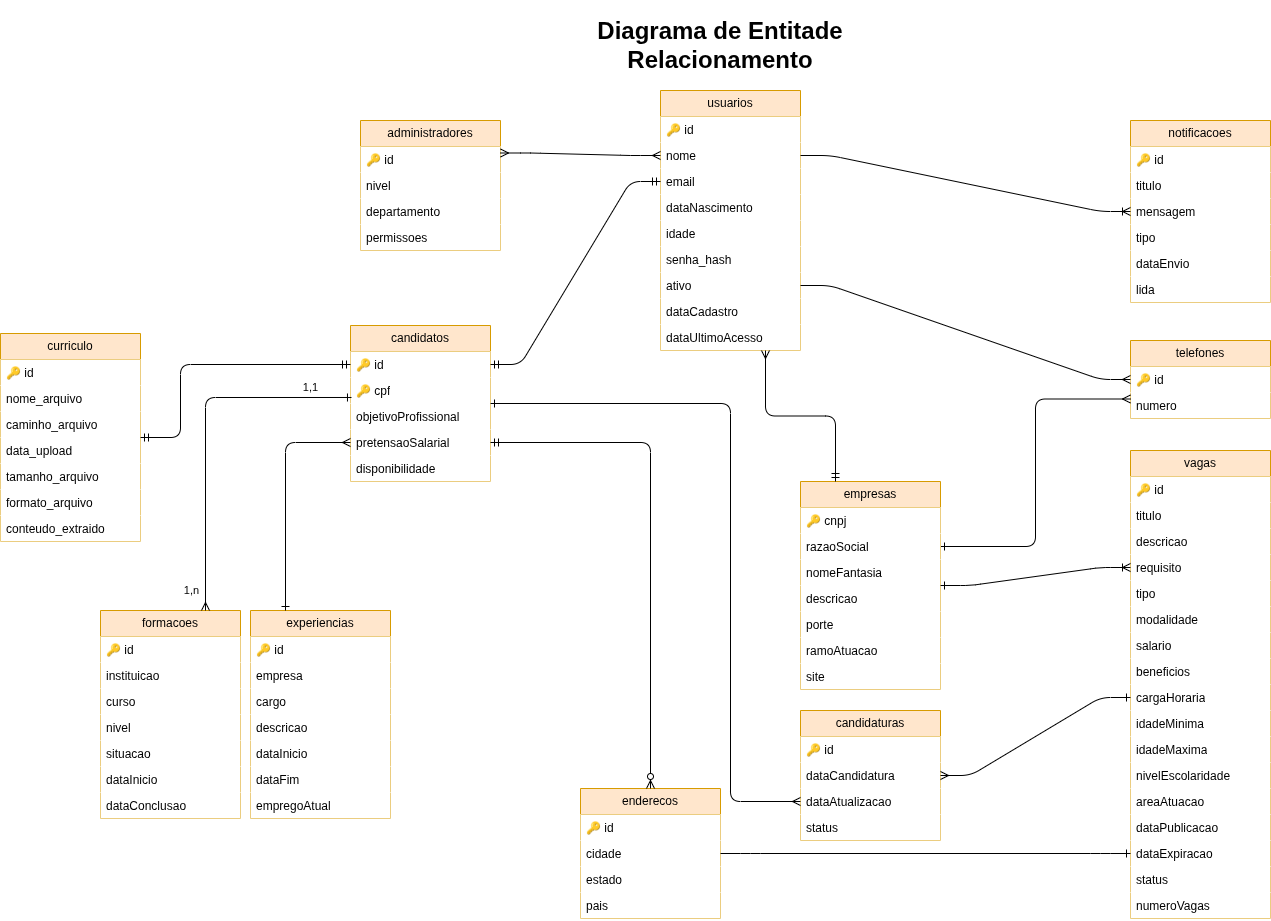
MatchVagas/Documentation keeps this draw.io diagram as Diagramas/Diagrama Entidade Relacionamento/Diagrama Entidade Relacionamento.png. Above is the earlier version. Source tidied: cells renumbered, new cells last; positions are measured from the earlier drawing's top-left corner, leaving out a move shared by most shapes.
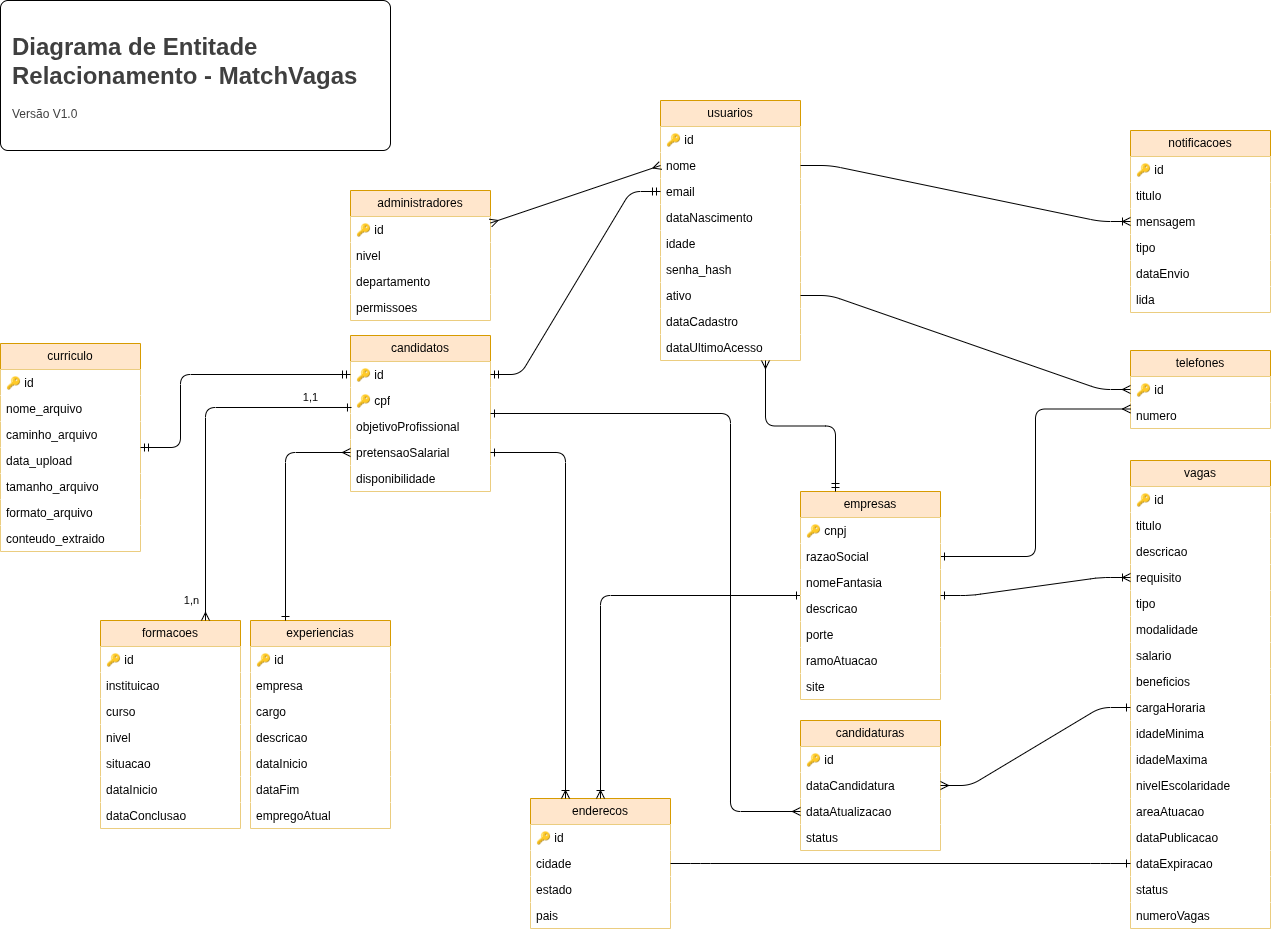
The same file after the commit.

Commit message:
Atualização do diagrama de classes

Change to the diagram source:
```diff
@@ -60,7 +60,7 @@
       <mxGeometry y="130" width="140" height="26" as="geometry" />
     </mxCell>
     <mxCell id="21" value="enderecos" style="swimlane;fontStyle=0;horizontal=1;startSize=26;fillColor=#ffe6cc;whiteSpace=wrap;html=1;rounded=0;strokeColor=#d79b00;" parent="1" vertex="1">
-      <mxGeometry x="580" y="778" width="140" height="130" as="geometry" />
+      <mxGeometry x="530" y="778" width="140" height="130" as="geometry" />
     </mxCell>
     <mxCell id="22" value="🔑 id" style="text;align=left;verticalAlign=top;spacingLeft=4;spacingRight=4;overflow=hidden;whiteSpace=wrap;html=1;fillColor=default;" parent="21" vertex="1">
       <mxGeometry y="26" width="140" height="26" as="geometry" />
@@ -77,6 +77,9 @@
     <mxCell id="26" style="edgeStyle=orthogonalEdgeStyle;html=1;entryX=0;entryY=0.75;entryDx=0;entryDy=0;endArrow=ERmany;endFill=0;startArrow=ERone;startFill=0;exitX=1;exitY=0.5;exitDx=0;exitDy=0;" parent="1" edge="1" source="29" target="12">
       <mxGeometry relative="1" as="geometry" />
     </mxCell>
+    <mxCell id="110" style="edgeStyle=orthogonalEdgeStyle;html=1;startArrow=ERone;startFill=0;endArrow=ERoneToMany;endFill=0;" parent="1" edge="1" source="27" target="21">
+      <mxGeometry relative="1" as="geometry" />
+    </mxCell>
     <mxCell id="27" value="empresas" style="swimlane;fontStyle=0;horizontal=1;startSize=26;fillColor=#ffe6cc;whiteSpace=wrap;html=1;rounded=0;strokeColor=#d79b00;" parent="1" vertex="1">
       <mxGeometry x="800" y="471" width="140" height="208" as="geometry" />
     </mxCell>
@@ -156,7 +159,7 @@
       <mxGeometry y="442" width="140" height="26" as="geometry" />
     </mxCell>
     <mxCell id="53" value="administradores" style="swimlane;fontStyle=0;horizontal=1;startSize=26;fillColor=#ffe6cc;whiteSpace=wrap;html=1;rounded=0;strokeColor=#d79b00;" parent="1" vertex="1">
-      <mxGeometry x="360" y="110" width="140" height="130" as="geometry" />
+      <mxGeometry x="350" y="170" width="140" height="130" as="geometry" />
     </mxCell>
     <mxCell id="54" value="🔑 id" style="text;align=left;verticalAlign=top;spacingLeft=4;spacingRight=4;overflow=hidden;whiteSpace=wrap;html=1;fillColor=default;labelBorderColor=none;strokeColor=none;" parent="53" vertex="1">
       <mxGeometry y="26" width="140" height="26" as="geometry" />
@@ -260,14 +263,14 @@
     <mxCell id="87" style="edgeStyle=entityRelationEdgeStyle;fontSize=12;html=1;endArrow=ERmany;exitX=1;exitY=0.75;exitDx=0;exitDy=0;" parent="1" edge="1" source="2" target="12">
       <mxGeometry relative="1" as="geometry" />
     </mxCell>
-    <mxCell id="88" style="edgeStyle=orthogonalEdgeStyle;fontSize=12;html=1;endArrow=ERzeroToMany;startArrow=ERmandOne;exitX=1;exitY=0.75;exitDx=0;exitDy=0;" parent="1" edge="1" source="15" target="21">
+    <mxCell id="88" style="edgeStyle=orthogonalEdgeStyle;fontSize=12;html=1;endArrow=ERoneToMany;startArrow=ERone;exitX=1;exitY=0.75;exitDx=0;exitDy=0;startFill=0;endFill=0;entryX=0.25;entryY=0;entryDx=0;entryDy=0;" parent="1" edge="1" source="15" target="21">
       <mxGeometry relative="1" as="geometry">
         <Array as="points">
-          <mxPoint x="650" y="432" />
+          <mxPoint x="565" y="432" />
         </Array>
       </mxGeometry>
     </mxCell>
-    <mxCell id="89" style="edgeStyle=entityRelationEdgeStyle;fontSize=12;html=1;endArrow=ERmany;startArrow=ERmany;entryX=0;entryY=0.5;entryDx=0;entryDy=0;exitX=1;exitY=0.25;exitDx=0;exitDy=0;startFill=0;endFill=0;" parent="1" edge="1" source="53" target="4">
+    <mxCell id="89" style="fontSize=12;html=1;endArrow=ERmany;startArrow=ERmany;entryX=0;entryY=0.5;entryDx=0;entryDy=0;exitX=1;exitY=0.25;exitDx=0;exitDy=0;startFill=0;endFill=0;" parent="1" edge="1" source="53" target="4">
       <mxGeometry relative="1" as="geometry" />
     </mxCell>
     <mxCell id="90" style="edgeStyle=entityRelationEdgeStyle;fontSize=12;html=1;endArrow=ERmandOne;startArrow=ERmandOne;entryX=0;entryY=0.5;entryDx=0;entryDy=0;exitX=1;exitY=0.25;exitDx=0;exitDy=0;" parent="1" edge="1" source="15" target="5">
@@ -316,9 +319,6 @@
     <mxCell id="99" style="edgeStyle=entityRelationEdgeStyle;fontSize=12;html=1;endArrow=ERone;exitX=1;exitY=0.5;exitDx=0;exitDy=0;entryX=0;entryY=0.5;entryDx=0;entryDy=0;startArrow=ERmany;startFill=0;endFill=0;" parent="1" edge="1" source="74" target="44">
       <mxGeometry relative="1" as="geometry" />
     </mxCell>
-    <mxCell id="100" value="&lt;h1&gt;Diagrama de Entitade Relacionamento&lt;/h1&gt;" style="text;html=1;align=center;verticalAlign=middle;whiteSpace=wrap;rounded=0;" parent="1" vertex="1">
-      <mxGeometry x="520" width="400" height="70" as="geometry" />
-    </mxCell>
     <mxCell id="101" value="curriculo" style="swimlane;fontStyle=0;horizontal=1;startSize=26;fillColor=#ffe6cc;whiteSpace=wrap;html=1;rounded=0;strokeColor=#d79b00;" parent="1" vertex="1">
       <mxGeometry y="323" width="140" height="208" as="geometry" />
     </mxCell>
@@ -351,5 +351,14 @@
         </Array>
       </mxGeometry>
     </mxCell>
+    <mxCell id="111" style="group;" parent="1" vertex="1">
+      <mxGeometry y="-20" width="390" height="150" as="geometry" />
+    </mxCell>
+    <mxCell id="112" value="&lt;h1 style=&quot;scrollbar-color: rgb(226, 226, 226) rgb(251, 251, 251); line-height: 180%; color: rgb(63, 63, 63);&quot;&gt;&lt;br&gt;&lt;/h1&gt;" style="rounded=1;whiteSpace=wrap;html=1;align=left;arcSize=5;" parent="111" vertex="1">
+      <mxGeometry width="390" height="150" as="geometry" />
+    </mxCell>
+    <mxCell id="113" value="&lt;h1 style=&quot;scrollbar-color: rgb(226, 226, 226) rgb(251, 251, 251); color: rgb(63, 63, 63);&quot;&gt;Diagrama de Entitade Relacionamento - MatchVagas&lt;/h1&gt;&lt;h4 style=&quot;color: rgb(63, 63, 63); scrollbar-color: rgb(226, 226, 226) rgb(251, 251, 251);&quot;&gt;&lt;span style=&quot;font-weight: normal;&quot;&gt;Versão V1.0&lt;/span&gt;&lt;/h4&gt;" style="text;html=1;whiteSpace=wrap;overflow=hidden;rounded=0;" parent="111" vertex="1">
+      <mxGeometry x="10" y="10" width="370" height="115" as="geometry" />
+    </mxCell>
   </root>
 </mxGraphModel>
```
